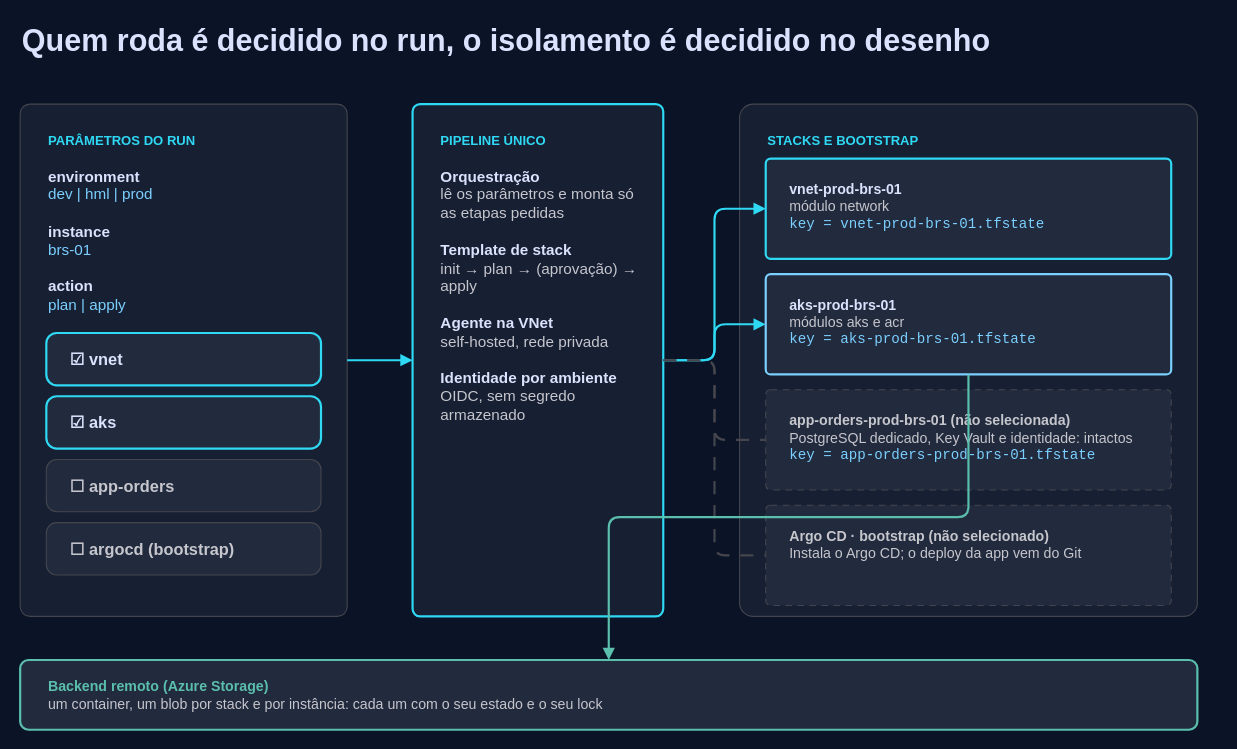
The draw.io diagram public/images/blog/2026-11-21/parametros-selecionam-stacks.drawio in rezendesfelipe/rezendesfelipe.github.io, before the edit. Source tidied: cells renumbered, new cells numbered last; positions are measured from the earlier drawing's top-left corner, leaving out a move shared by most shapes. Both pictures are drawn from the tidied source at 109%, with x=0, y=0 at pixel (20, 19).
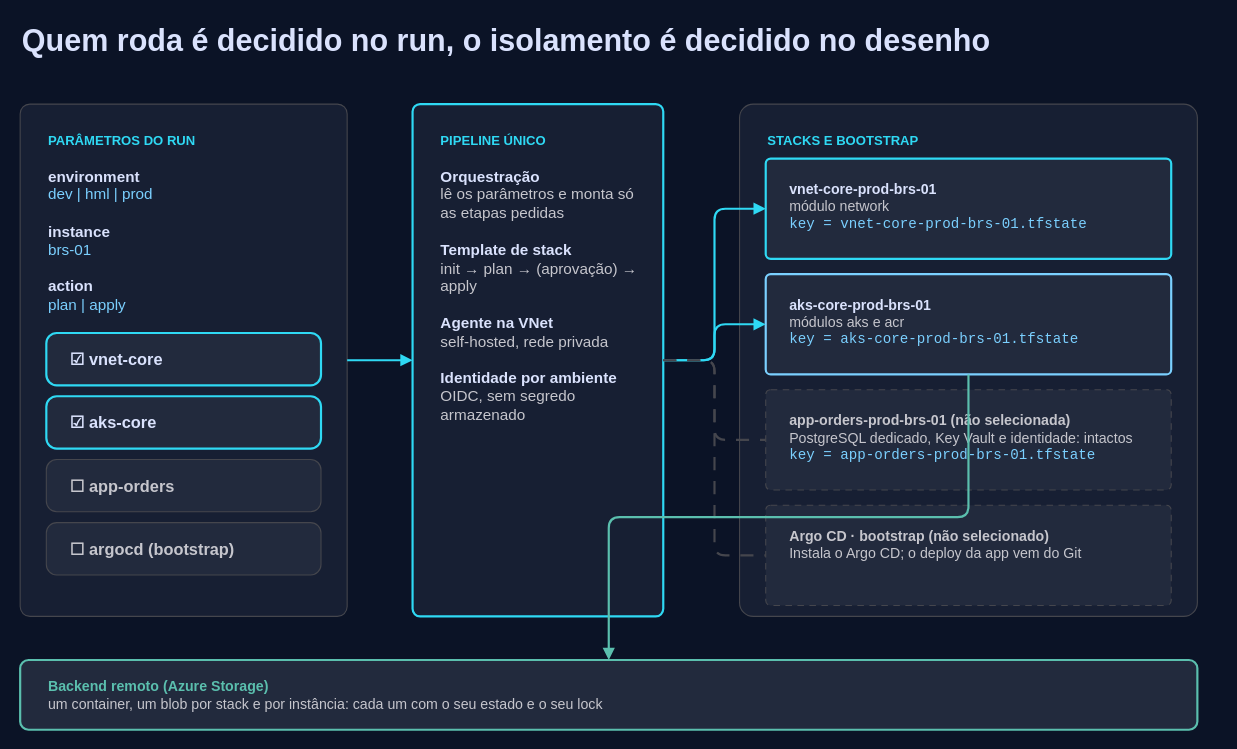
Above is the later version.

The edit, as a diff of the source:
```diff
@@
-    <mxCell id="4" value="☑ vnet" style="rounded=1;arcSize=20;html=1;whiteSpace=wrap;align=left;spacingLeft=20;verticalAlign=middle;fillColor=#222a3d;strokeColor=#2fd9f4;strokeWidth=2;fontColor=#dae2fd;fontFamily=Space Grotesk;fontSize=15;fontStyle=1;" parent="1" vertex="1">
+    <mxCell id="4" value="☑ vnet-core" style="rounded=1;arcSize=20;html=1;whiteSpace=wrap;align=left;spacingLeft=20;verticalAlign=middle;fillColor=#222a3d;strokeColor=#2fd9f4;strokeWidth=2;fontColor=#dae2fd;fontFamily=Space Grotesk;fontSize=15;fontStyle=1;" parent="1" vertex="1">
       <mxGeometry x="24" y="288" width="252" height="48" as="geometry" />
     </mxCell>
-    <mxCell id="5" value="☑ aks" style="rounded=1;arcSize=20;html=1;whiteSpace=wrap;align=left;spacingLeft=20;verticalAlign=middle;fillColor=#222a3d;strokeColor=#2fd9f4;strokeWidth=2;fontColor=#dae2fd;fontFamily=Space Grotesk;fontSize=15;fontStyle=1;" parent="1" vertex="1">
+    <mxCell id="5" value="☑ aks-core" style="rounded=1;arcSize=20;html=1;whiteSpace=wrap;align=left;spacingLeft=20;verticalAlign=middle;fillColor=#222a3d;strokeColor=#2fd9f4;strokeWidth=2;fontColor=#dae2fd;fontFamily=Space Grotesk;fontSize=15;fontStyle=1;" parent="1" vertex="1">
       <mxGeometry x="24" y="346" width="252" height="48" as="geometry" />
     </mxCell>
@@
-    <mxCell id="10" value="&lt;b&gt;vnet-prod-brs-01&lt;/b&gt;&lt;br&gt;&lt;font color=&quot;#c6c6cd&quot;&gt;módulo network&lt;/font&gt;&lt;br&gt;&lt;font face=&quot;Courier New&quot; color=&quot;#7bd0ff&quot;&gt;key = vnet-prod-brs-01.tfstate&lt;/font&gt;" style="rounded=1;arcSize=5;html=1;whiteSpace=wrap;align=left;verticalAlign=top;spacingLeft=20;spacingTop=14;spacingRight=10;fillColor=#222a3d;strokeColor=#2fd9f4;strokeWidth=2;fontColor=#dae2fd;fontFamily=Manrope;fontSize=13;" parent="1" vertex="1">
+    <mxCell id="10" value="&lt;b&gt;vnet-core-prod-brs-01&lt;/b&gt;&lt;br&gt;&lt;font color=&quot;#c6c6cd&quot;&gt;módulo network&lt;/font&gt;&lt;br&gt;&lt;font face=&quot;Courier New&quot; color=&quot;#7bd0ff&quot;&gt;key = vnet-core-prod-brs-01.tfstate&lt;/font&gt;" style="rounded=1;arcSize=5;html=1;whiteSpace=wrap;align=left;verticalAlign=top;spacingLeft=20;spacingTop=14;spacingRight=10;fillColor=#222a3d;strokeColor=#2fd9f4;strokeWidth=2;fontColor=#dae2fd;fontFamily=Manrope;fontSize=13;" parent="1" vertex="1">
       <mxGeometry x="684" y="128" width="372" height="92" as="geometry" />
     </mxCell>
-    <mxCell id="11" value="&lt;b&gt;aks-prod-brs-01&lt;/b&gt;&lt;br&gt;&lt;font color=&quot;#c6c6cd&quot;&gt;módulos aks e acr&lt;/font&gt;&lt;br&gt;&lt;font face=&quot;Courier New&quot; color=&quot;#7bd0ff&quot;&gt;key = aks-prod-brs-01.tfstate&lt;/font&gt;" style="rounded=1;arcSize=5;html=1;whiteSpace=wrap;align=left;verticalAlign=top;spacingLeft=20;spacingTop=14;spacingRight=10;fillColor=#222a3d;strokeColor=#7bd0ff;strokeWidth=2;fontColor=#dae2fd;fontFamily=Manrope;fontSize=13;" parent="1" vertex="1">
+    <mxCell id="11" value="&lt;b&gt;aks-core-prod-brs-01&lt;/b&gt;&lt;br&gt;&lt;font color=&quot;#c6c6cd&quot;&gt;módulos aks e acr&lt;/font&gt;&lt;br&gt;&lt;font face=&quot;Courier New&quot; color=&quot;#7bd0ff&quot;&gt;key = aks-core-prod-brs-01.tfstate&lt;/font&gt;" style="rounded=1;arcSize=5;html=1;whiteSpace=wrap;align=left;verticalAlign=top;spacingLeft=20;spacingTop=14;spacingRight=10;fillColor=#222a3d;strokeColor=#7bd0ff;strokeWidth=2;fontColor=#dae2fd;fontFamily=Manrope;fontSize=13;" parent="1" vertex="1">
       <mxGeometry x="684" y="234" width="372" height="92" as="geometry" />
     </mxCell>
```
